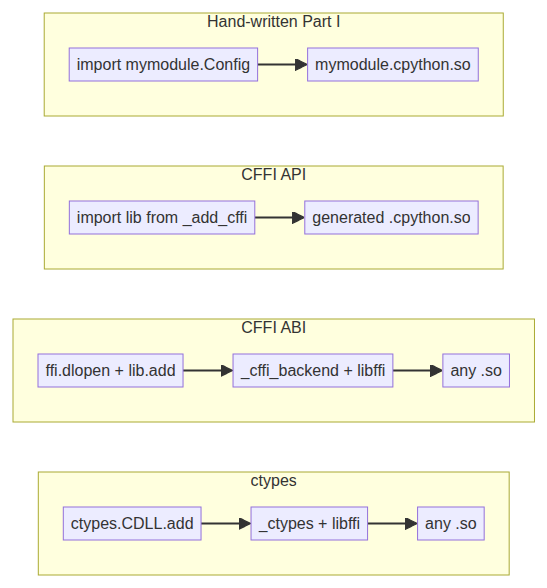
Above: assets/images/python_c_ext_three_approaches.png in shan-weiqiang/shan-weiqiang.github.io (Mermaid), before the change. Its source is kept beside it as assets/images/python_c_ext_three_approaches.mmd.
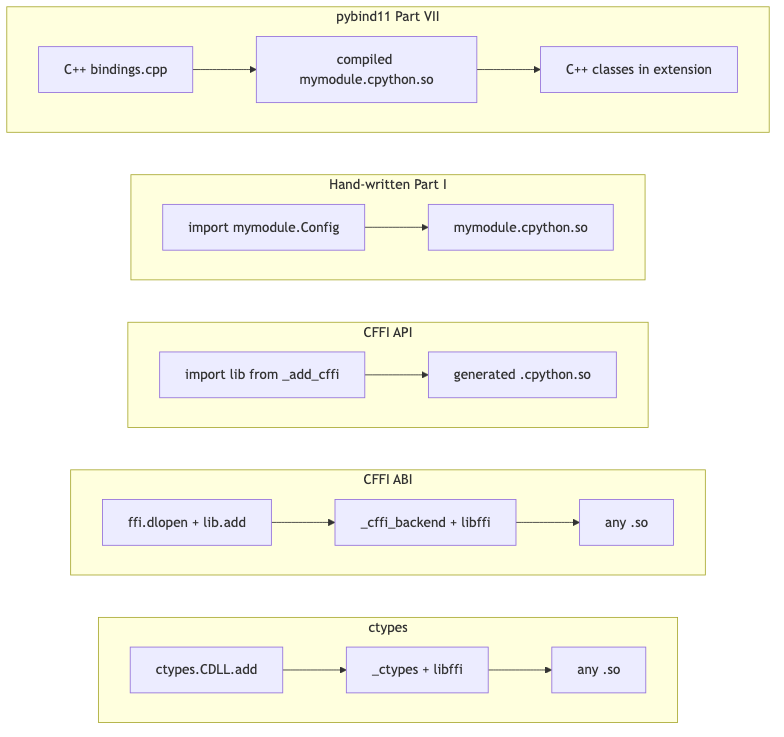
The same diagram one commit later.

Diff of the diagram source:
```diff
@@ -18,3 +18,8 @@
         direction LR
         hwUser["import mymodule.Config"] --> hwMod["mymodule.cpython.so"]
     end
+
+    subgraph pybindPath [pybind11 Part VII]
+        direction LR
+        pbUser["C++ bindings.cpp"] --> pbBuild["compiled mymodule.cpython.so"] --> pbCpp["C++ classes in extension"]
+    end
```
